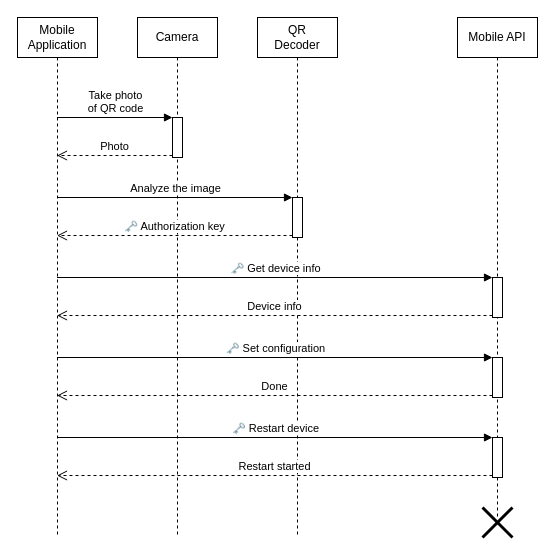
sifis-home/wp6_mobile_application_api keeps this draw.io diagram as docs/images/mobile-api.drawio. Above is the earlier version. Source tidied: cells renumbered, new cells numbered last; positions are measured from the earlier drawing's top-left corner, leaving out a move shared by most shapes. Both pictures are drawn from the tidied source at 100%, with x=0, y=0 at pixel (17, 17).
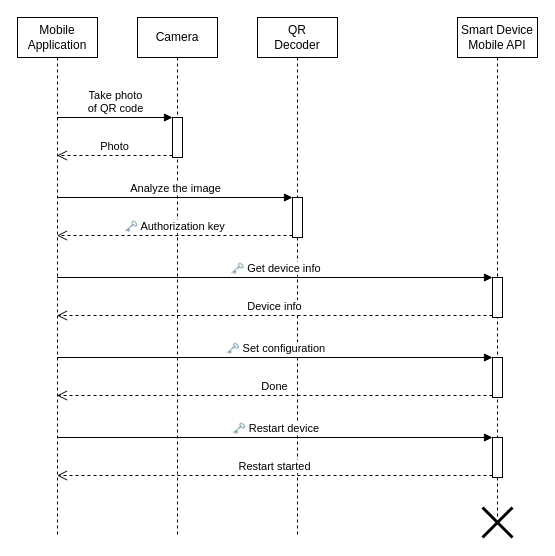
After the change.

Diff of the diagram source:
```diff
@@
-    <mxCell id="2" value="Mobile API" style="shape=umlLifeline;perimeter=lifelinePerimeter;whiteSpace=wrap;html=1;size=40;" parent="1" vertex="1">
+    <mxCell id="2" value="Smart Device Mobile API" style="shape=umlLifeline;perimeter=lifelinePerimeter;whiteSpace=wrap;html=1;size=40;" parent="1" vertex="1">
       <mxGeometry x="440" width="80" height="500" as="geometry" />
     </mxCell>
```
